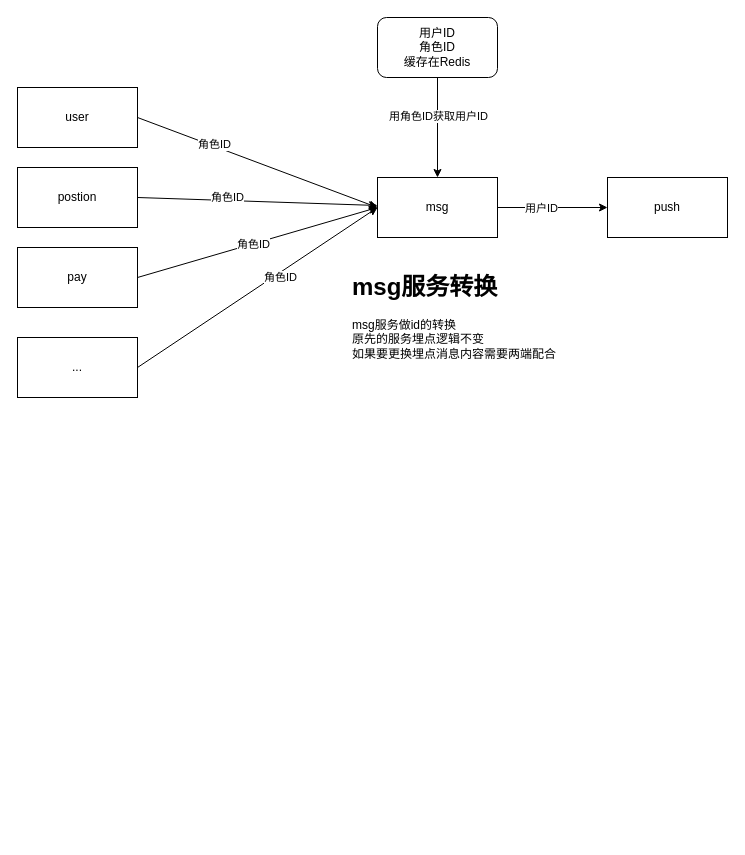
Before: page "Push推送userId" (2 of 9) of kupu杂项.drawio in chenjia1949/pic, a draw.io diagram. Source tidied: cells renumbered, new cells numbered last; positions are measured from the earlier drawing's top-left corner, leaving out a move shared by most shapes. Both pictures are drawn from the tidied source at 100%, with x=0, y=0 at pixel (17, 17).
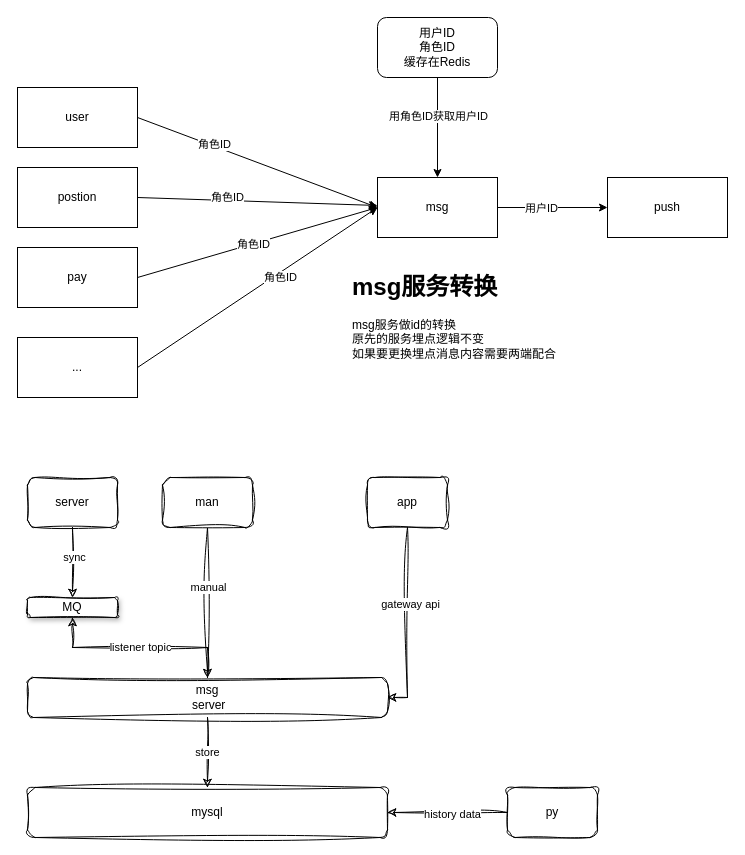
The same diagram, later.

Diff of the diagram source:
```diff
@@
+    <mxCell id="22" style="edgeStyle=none;rounded=0;jettySize=auto;html=1;exitX=0.5;exitY=1;exitDx=0;exitDy=0;entryX=0.5;entryY=0;entryDx=0;entryDy=0;sketch=1;curveFitting=1;jiggle=2;" parent="1" edge="1" source="24" target="28">
+      <mxGeometry relative="1" as="geometry" />
+    </mxCell>
+    <mxCell id="23" value="sync" style="edgeLabel;html=1;align=center;verticalAlign=middle;" parent="22" vertex="1">
+      <mxGeometry x="-0.16" y="1" relative="1" as="geometry" />
+    </mxCell>
+    <mxCell id="24" value="server" style="rounded=1;whiteSpace=wrap;html=1;sketch=1;curveFitting=1;jiggle=2;" parent="1" vertex="1">
+      <mxGeometry x="10" y="460" width="90" height="50" as="geometry" />
+    </mxCell>
+    <mxCell id="25" style="edgeStyle=none;rounded=0;jettySize=auto;html=1;exitX=0.5;exitY=1;exitDx=0;exitDy=0;entryX=0.5;entryY=0;entryDx=0;entryDy=0;sketch=1;curveFitting=1;jiggle=2;" parent="1" edge="1" source="27" target="33">
+      <mxGeometry relative="1" as="geometry" />
+    </mxCell>
+    <mxCell id="26" value="manual" style="edgeLabel;html=1;align=center;verticalAlign=middle;" parent="25" vertex="1">
+      <mxGeometry x="-0.21" relative="1" as="geometry" />
+    </mxCell>
+    <mxCell id="27" value="man" style="rounded=1;whiteSpace=wrap;html=1;sketch=1;curveFitting=1;jiggle=2;" parent="1" vertex="1">
+      <mxGeometry x="145" y="460" width="90" height="50" as="geometry" />
+    </mxCell>
+    <mxCell id="28" value="MQ" style="rounded=1;whiteSpace=wrap;html=1;sketch=1;curveFitting=1;jiggle=2;shadow=1;" parent="1" vertex="1">
+      <mxGeometry x="10" y="580" width="90" height="20" as="geometry" />
+    </mxCell>
+    <mxCell id="29" style="edgeStyle=orthogonalEdgeStyle;rounded=0;jettySize=auto;html=1;exitX=0.5;exitY=0;exitDx=0;exitDy=0;entryX=0.5;entryY=1;entryDx=0;entryDy=0;sketch=1;curveFitting=1;jiggle=2;" parent="1" edge="1" source="33" target="28">
+      <mxGeometry relative="1" as="geometry" />
+    </mxCell>
+    <mxCell id="30" value="listener topic" style="edgeLabel;html=1;align=center;verticalAlign=middle;" parent="29" vertex="1">
+      <mxGeometry x="0.01" y="-1" relative="1" as="geometry" />
+    </mxCell>
+    <mxCell id="31" style="edgeStyle=none;rounded=0;jettySize=auto;html=1;exitX=0.5;exitY=1;exitDx=0;exitDy=0;sketch=1;curveFitting=1;jiggle=2;" parent="1" edge="1" source="33" target="34">
+      <mxGeometry relative="1" as="geometry" />
+    </mxCell>
+    <mxCell id="32" value="store" style="edgeLabel;html=1;align=center;verticalAlign=middle;" parent="31" vertex="1">
+      <mxGeometry x="-0.02" y="-1" relative="1" as="geometry" />
+    </mxCell>
+    <mxCell id="33" value="msg&lt;br&gt;&amp;nbsp;server" style="rounded=1;whiteSpace=wrap;html=1;sketch=1;curveFitting=1;jiggle=2;" parent="1" vertex="1">
+      <mxGeometry x="10" y="660" width="360" height="40" as="geometry" />
+    </mxCell>
+    <mxCell id="34" value="mysql" style="rounded=1;whiteSpace=wrap;html=1;sketch=1;curveFitting=1;jiggle=2;" parent="1" vertex="1">
+      <mxGeometry x="10" y="770" width="360" height="50" as="geometry" />
+    </mxCell>
+    <mxCell id="35" style="edgeStyle=orthogonalEdgeStyle;rounded=0;jettySize=auto;html=1;exitX=0.5;exitY=1;exitDx=0;exitDy=0;entryX=1;entryY=0.5;entryDx=0;entryDy=0;sketch=1;curveFitting=1;jiggle=2;" parent="1" edge="1" source="37" target="33">
+      <mxGeometry relative="1" as="geometry">
+        <Array as="points">
+          <mxPoint x="390" y="680" />
+        </Array>
+      </mxGeometry>
+    </mxCell>
+    <mxCell id="36" value="gateway api" style="edgeLabel;html=1;align=center;verticalAlign=middle;" parent="35" vertex="1">
+      <mxGeometry x="-0.21" y="2" relative="1" as="geometry">
+        <mxPoint y="1" as="offset" />
+      </mxGeometry>
+    </mxCell>
+    <mxCell id="37" value="app" style="rounded=1;whiteSpace=wrap;html=1;sketch=1;curveFitting=1;jiggle=2;" parent="1" vertex="1">
+      <mxGeometry x="350" y="460" width="80" height="50" as="geometry" />
+    </mxCell>
+    <mxCell id="38" style="edgeStyle=orthogonalEdgeStyle;rounded=0;jettySize=auto;html=1;exitX=0;exitY=0.5;exitDx=0;exitDy=0;entryX=1;entryY=0.5;entryDx=0;entryDy=0;sketch=1;curveFitting=1;jiggle=2;" parent="1" edge="1" source="40" target="34">
+      <mxGeometry relative="1" as="geometry" />
+    </mxCell>
+    <mxCell id="39" value="history data" style="edgeLabel;html=1;align=center;verticalAlign=middle;" parent="38" vertex="1">
+      <mxGeometry x="-0.06" y="1" relative="1" as="geometry" />
+    </mxCell>
+    <mxCell id="40" value="py" style="rounded=1;whiteSpace=wrap;html=1;sketch=1;curveFitting=1;jiggle=2;" parent="1" vertex="1">
+      <mxGeometry x="490" y="770" width="90" height="50" as="geometry" />
+    </mxCell>
```
